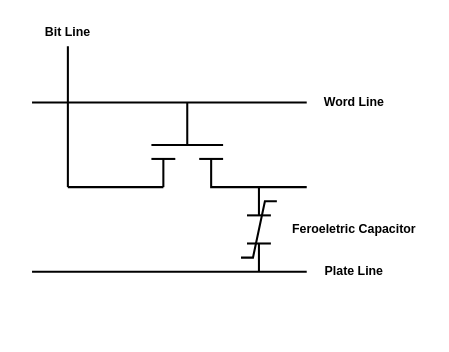
This is diagrams/fram_t1-c1/fram_t1-c1.drawio from Doly02/thesis, a draw.io file, before an edit. Source tidied: cells renumbered, new cells numbered last; positions are measured from the earlier drawing's top-left corner, leaving out a move shared by most shapes. Both pictures are drawn from the tidied source at 103%, with x=0, y=0 at pixel (20, 18).
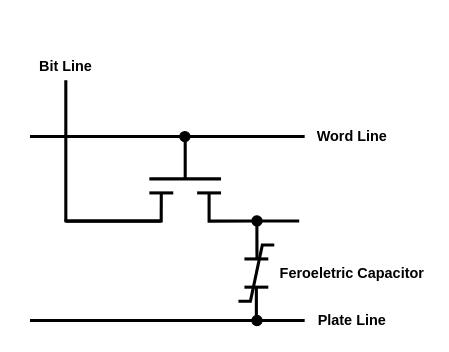
The same page after the edit.

What changed in the source:
```diff
@@
-    <mxCell id="2" style="group;" parent="1" vertex="1">
-      <mxGeometry width="400" height="260" as="geometry" />
-    </mxCell>
-    <mxCell id="3" style="endArrow=none;html=1;rounded=0;strokeWidth=2;" parent="2" edge="1">
+    <mxCell id="3" style="endArrow=none;html=1;rounded=0;strokeWidth=3;" parent="1" edge="1">
       <mxGeometry relative="1" as="geometry">
-        <mxPoint x="46.4" y="164.2" as="sourcePoint" />
-        <mxPoint x="46.4" y="27.4" as="targetPoint" />
+        <mxPoint x="44.4" y="197.2" as="sourcePoint" />
+        <mxPoint x="44.4" y="60.4" as="targetPoint" />
       </mxGeometry>
     </mxCell>
-    <mxCell id="4" style="endArrow=none;html=1;rounded=0;strokeWidth=2;" parent="2" edge="1">
+    <mxCell id="4" style="endArrow=none;html=1;rounded=0;strokeWidth=3;" parent="1" edge="1">
       <mxGeometry relative="1" as="geometry">
-        <mxPoint x="46.4" y="164.2" as="sourcePoint" />
-        <mxPoint x="139.1" y="164.2" as="targetPoint" />
+        <mxPoint x="44.4" y="197.2" as="sourcePoint" />
+        <mxPoint x="137.1" y="197.2" as="targetPoint" />
       </mxGeometry>
     </mxCell>
-    <mxCell id="5" style="endArrow=none;html=1;rounded=0;strokeWidth=2;" parent="2" edge="1">
+    <mxCell id="5" style="endArrow=none;html=1;rounded=0;strokeWidth=3;" parent="1" edge="1">
       <mxGeometry relative="1" as="geometry">
-        <mxPoint x="139.1" y="164.2" as="sourcePoint" />
-        <mxPoint x="139.1" y="136.8" as="targetPoint" />
+        <mxPoint x="43" y="197" as="sourcePoint" />
+        <mxPoint x="137.1" y="169.8" as="targetPoint" />
+        <Array as="points">
+          <mxPoint x="137" y="197" />
+        </Array>
       </mxGeometry>
     </mxCell>
-    <mxCell id="6" style="endArrow=none;html=1;rounded=0;strokeWidth=2;" parent="2" edge="1">
+    <mxCell id="6" style="endArrow=none;html=1;rounded=0;strokeWidth=3;" parent="1" edge="1">
       <mxGeometry relative="1" as="geometry">
-        <mxPoint x="127.5" y="136.8" as="sourcePoint" />
-        <mxPoint x="150.7" y="136.8" as="targetPoint" />
+        <mxPoint x="125.5" y="169.8" as="sourcePoint" />
+        <mxPoint x="148.7" y="169.8" as="targetPoint" />
       </mxGeometry>
     </mxCell>
-    <mxCell id="7" style="endArrow=none;html=1;rounded=0;strokeWidth=2;" parent="2" edge="1">
+    <mxCell id="7" style="endArrow=none;html=1;rounded=0;strokeWidth=3;" parent="1" edge="1">
       <mxGeometry relative="1" as="geometry">
-        <mxPoint x="173.9" y="136.8" as="sourcePoint" />
-        <mxPoint x="197.1" y="136.8" as="targetPoint" />
+        <mxPoint x="171.9" y="169.8" as="sourcePoint" />
+        <mxPoint x="195.1" y="169.8" as="targetPoint" />
       </mxGeometry>
     </mxCell>
-    <mxCell id="8" style="endArrow=none;html=1;rounded=0;strokeWidth=2;" parent="2" edge="1">
+    <mxCell id="8" style="endArrow=none;html=1;rounded=0;strokeWidth=3;" parent="1" edge="1">
       <mxGeometry relative="1" as="geometry">
-        <mxPoint x="278.3" y="164.2" as="sourcePoint" />
-        <mxPoint x="185.5" y="136.8" as="targetPoint" />
+        <mxPoint x="271" y="197" as="sourcePoint" />
+        <mxPoint x="183.5" y="169.8" as="targetPoint" />
         <Array as="points">
-          <mxPoint x="185.5" y="164.2" />
+          <mxPoint x="183.5" y="197.2" />
         </Array>
       </mxGeometry>
     </mxCell>
-    <mxCell id="9" style="endArrow=none;html=1;rounded=0;strokeWidth=2;" parent="2" edge="1">
+    <mxCell id="9" style="endArrow=none;html=1;rounded=0;strokeWidth=3;" parent="1" edge="1">
       <mxGeometry relative="1" as="geometry">
-        <mxPoint x="127.5" y="123.2" as="sourcePoint" />
-        <mxPoint x="197.1" y="123.2" as="targetPoint" />
+        <mxPoint x="125.5" y="156.2" as="sourcePoint" />
+        <mxPoint x="195.1" y="156.2" as="targetPoint" />
       </mxGeometry>
     </mxCell>
-    <mxCell id="10" style="endArrow=none;html=1;rounded=0;strokeWidth=2;" parent="2" edge="1">
+    <mxCell id="10" style="endArrow=none;html=1;rounded=0;strokeWidth=3;" parent="1" edge="1">
       <mxGeometry relative="1" as="geometry">
-        <mxPoint x="162.3" y="123.2" as="sourcePoint" />
-        <mxPoint x="162.3" y="82.1" as="targetPoint" />
+        <mxPoint x="160.3" y="156.2" as="sourcePoint" />
+        <mxPoint x="160.3" y="115.1" as="targetPoint" />
       </mxGeometry>
     </mxCell>
-    <mxCell id="11" style="endArrow=none;html=1;rounded=0;strokeWidth=2;" parent="2" edge="1">
+    <mxCell id="11" style="endArrow=none;html=1;rounded=0;strokeWidth=3;" parent="1" edge="1">
       <mxGeometry relative="1" as="geometry">
-        <mxPoint x="11.6" y="82.1" as="sourcePoint" />
-        <mxPoint x="278.3" y="82.1" as="targetPoint" />
+        <mxPoint x="9.6" y="115.1" as="sourcePoint" />
+        <mxPoint x="276.3" y="115.1" as="targetPoint" />
       </mxGeometry>
     </mxCell>
-    <mxCell id="12" style="endArrow=none;html=1;rounded=0;strokeWidth=2;" parent="2" edge="1">
+    <mxCell id="12" style="endArrow=none;html=1;rounded=0;strokeWidth=3;" parent="1" edge="1">
       <mxGeometry relative="1" as="geometry">
-        <mxPoint x="231.9" y="191.6" as="sourcePoint" />
-        <mxPoint x="231.9" y="164.2" as="targetPoint" />
+        <mxPoint x="230" y="235" as="sourcePoint" />
+        <mxPoint x="229.9" y="197.2" as="targetPoint" />
       </mxGeometry>
     </mxCell>
-    <mxCell id="13" style="endArrow=none;html=1;rounded=0;strokeWidth=2;" parent="2" edge="1">
+    <mxCell id="13" style="endArrow=none;html=1;rounded=0;strokeWidth=3;" parent="1" edge="1">
       <mxGeometry relative="1" as="geometry">
-        <mxPoint x="11.6" y="246.3" as="sourcePoint" />
-        <mxPoint x="278.3" y="246.3" as="targetPoint" />
+        <mxPoint x="9.6" y="293.6" as="sourcePoint" />
+        <mxPoint x="276.3" y="293.6" as="targetPoint" />
       </mxGeometry>
     </mxCell>
-    <mxCell id="14" style="endArrow=none;html=1;rounded=0;strokeWidth=2;" parent="2" edge="1">
+    <mxCell id="14" style="endArrow=none;html=1;rounded=0;strokeWidth=3;" parent="1" edge="1">
       <mxGeometry relative="1" as="geometry">
-        <mxPoint x="220.3" y="191.6" as="sourcePoint" />
-        <mxPoint x="243.5" y="191.6" as="targetPoint" />
+        <mxPoint x="217.8" y="233.9" as="sourcePoint" />
+        <mxPoint x="241" y="233.9" as="targetPoint" />
       </mxGeometry>
     </mxCell>
-    <mxCell id="15" style="endArrow=none;html=1;rounded=0;strokeWidth=2;" parent="2" edge="1">
+    <mxCell id="15" style="endArrow=none;html=1;rounded=0;strokeWidth=3;" parent="1" edge="1">
       <mxGeometry relative="1" as="geometry">
-        <mxPoint x="220.3" y="218.9" as="sourcePoint" />
-        <mxPoint x="243.5" y="218.9" as="targetPoint" />
+        <mxPoint x="217.8" y="261.3" as="sourcePoint" />
+        <mxPoint x="241" y="261.3" as="targetPoint" />
       </mxGeometry>
     </mxCell>
-    <mxCell id="16" style="endArrow=none;html=1;rounded=0;strokeWidth=2;" parent="2" edge="1">
+    <mxCell id="16" style="endArrow=none;html=1;rounded=0;strokeWidth=3;" parent="1" edge="1">
       <mxGeometry relative="1" as="geometry">
-        <mxPoint x="231.9" y="246.3" as="sourcePoint" />
-        <mxPoint x="231.9" y="218.9" as="targetPoint" />
+        <mxPoint x="229.4" y="288.7" as="sourcePoint" />
+        <mxPoint x="229.4" y="261.3" as="targetPoint" />
       </mxGeometry>
     </mxCell>
-    <mxCell id="17" style="endArrow=none;html=1;rounded=0;strokeWidth=2;" parent="2" edge="1">
+    <mxCell id="17" style="endArrow=none;html=1;rounded=0;strokeWidth=3;" parent="1" edge="1">
       <mxGeometry relative="1" as="geometry">
-        <mxPoint x="214.5" y="232.6" as="sourcePoint" />
-        <mxPoint x="249.3" y="177.9" as="targetPoint" />
+        <mxPoint x="212" y="275" as="sourcePoint" />
+        <mxPoint x="246.8" y="220.3" as="targetPoint" />
         <Array as="points">
-          <mxPoint x="226.1" y="232.6" />
-          <mxPoint x="237.7" y="177.9" />
+          <mxPoint x="223.6" y="275" />
+          <mxPoint x="235.2" y="220.3" />
         </Array>
       </mxGeometry>
     </mxCell>
-    <mxCell id="18" value="&lt;font&gt;&lt;b style=&quot;&quot;&gt;Plate Line&lt;/b&gt;&lt;/font&gt;" style="text;html=1;align=center;verticalAlign=middle;whiteSpace=wrap;rounded=0;" parent="2" vertex="1">
-      <mxGeometry x="278.3" y="232.6" width="92.8" height="27.4" as="geometry" />
+    <mxCell id="18" value="&lt;font style=&quot;font-size: 14px;&quot;&gt;&lt;b style=&quot;&quot;&gt;Plate Line&lt;/b&gt;&lt;/font&gt;" style="text;html=1;align=center;verticalAlign=middle;whiteSpace=wrap;rounded=0;" parent="1" vertex="1">
+      <mxGeometry x="276.3" y="280" width="92.8" height="27.4" as="geometry" />
     </mxCell>
-    <mxCell id="19" value="&lt;font&gt;&lt;b style=&quot;&quot;&gt;Word Line&lt;/b&gt;&lt;/font&gt;" style="text;html=1;align=center;verticalAlign=middle;whiteSpace=wrap;rounded=0;" parent="2" vertex="1">
-      <mxGeometry x="278.3" y="68.4" width="92.8" height="27.4" as="geometry" />
+    <mxCell id="19" value="&lt;font style=&quot;font-size: 14px;&quot;&gt;&lt;b style=&quot;&quot;&gt;Word Line&lt;/b&gt;&lt;/font&gt;" style="text;html=1;align=center;verticalAlign=middle;whiteSpace=wrap;rounded=0;" parent="1" vertex="1">
+      <mxGeometry x="276.3" y="101.4" width="92.8" height="27.4" as="geometry" />
     </mxCell>
-    <mxCell id="20" value="&lt;font&gt;&lt;b style=&quot;&quot;&gt;Bit Line&lt;/b&gt;&lt;/font&gt;" style="text;html=1;align=center;verticalAlign=middle;whiteSpace=wrap;rounded=0;" parent="2" vertex="1">
-      <mxGeometry width="92.8" height="27.4" as="geometry" />
+    <mxCell id="20" value="&lt;font style=&quot;font-size: 14px;&quot;&gt;&lt;b style=&quot;&quot;&gt;Bit Line&lt;/b&gt;&lt;/font&gt;" style="text;html=1;align=center;verticalAlign=middle;whiteSpace=wrap;rounded=0;" parent="1" vertex="1">
+      <mxGeometry x="-2" y="33" width="92.8" height="27.4" as="geometry" />
     </mxCell>
-    <mxCell id="21" value="&lt;font&gt;&lt;b style=&quot;&quot;&gt;Feroeletric Capacitor&lt;/b&gt;&lt;/font&gt;" style="text;html=1;align=center;verticalAlign=middle;whiteSpace=wrap;rounded=0;" parent="2" vertex="1">
-      <mxGeometry x="249.3" y="191.6" width="150.7" height="27.4" as="geometry" />
+    <mxCell id="21" value="&lt;font style=&quot;font-size: 14px;&quot;&gt;&lt;b style=&quot;&quot;&gt;Feroeletric Capacitor&lt;/b&gt;&lt;/font&gt;" style="text;html=1;align=center;verticalAlign=middle;whiteSpace=wrap;rounded=0;" parent="1" vertex="1">
+      <mxGeometry x="246.8" y="233.9" width="150.7" height="27.4" as="geometry" />
     </mxCell>
+    <mxCell id="22" style="ellipse;whiteSpace=wrap;html=1;fillColor=#000000;" parent="1" vertex="1">
+      <mxGeometry x="155" y="110.1" width="10" height="10" as="geometry" />
+    </mxCell>
+    <mxCell id="23" style="ellipse;whiteSpace=wrap;html=1;fillColor=#000000;" parent="1" vertex="1">
+      <mxGeometry x="225" y="192" width="10" height="10" as="geometry" />
+    </mxCell>
+    <mxCell id="24" style="ellipse;whiteSpace=wrap;html=1;fillColor=#000000;" parent="1" vertex="1">
+      <mxGeometry x="225" y="288.7" width="10" height="10" as="geometry" />
+    </mxCell>
```
